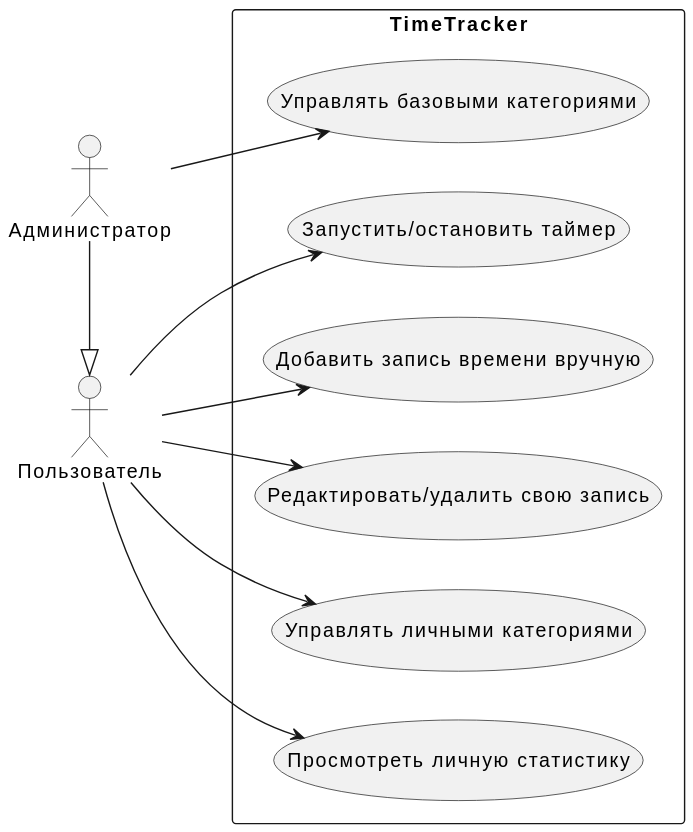
da-fuu/IU7_7sem_Web keeps this PlantUML diagram as docs/usecase.svg. Above is the earlier version.
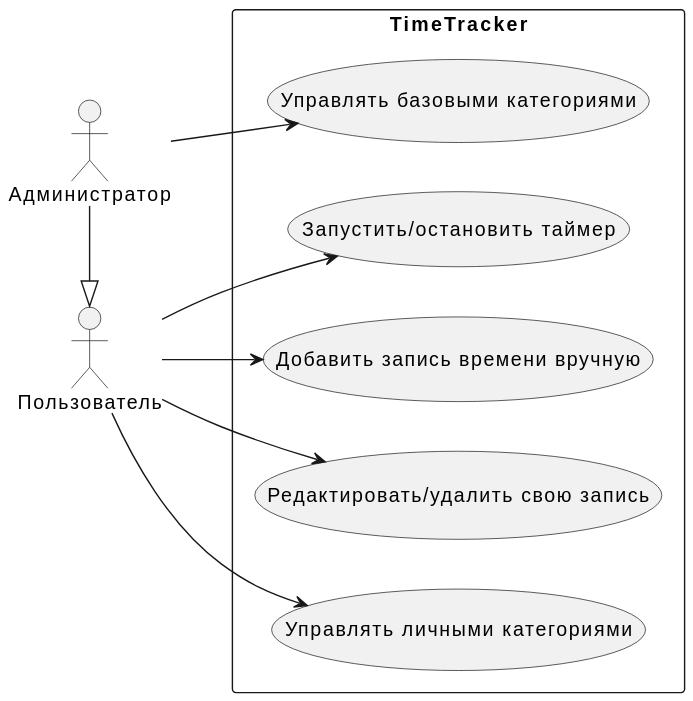
Above is the later version.

The edit, as a diff of the source:
```diff
@@ -11,7 +11,6 @@
   usecase "Добавить запись времени вручную" as UC_Manual
   usecase "Редактировать/удалить свою запись" as UC_EditRecord
   usecase "Управлять личными категориями" as UC_ManageOwnCategories
-  usecase "Просмотреть личную статистику" as UC_ViewStats
 
   usecase "Управлять базовыми категориями" as UC_ManageDefaultCategories
 }
@@ -20,7 +19,6 @@
 user --> UC_Manual
 user --> UC_EditRecord
 user --> UC_ManageOwnCategories
-user --> UC_ViewStats
 
 admin --> UC_ManageDefaultCategories
 @enduml
```
